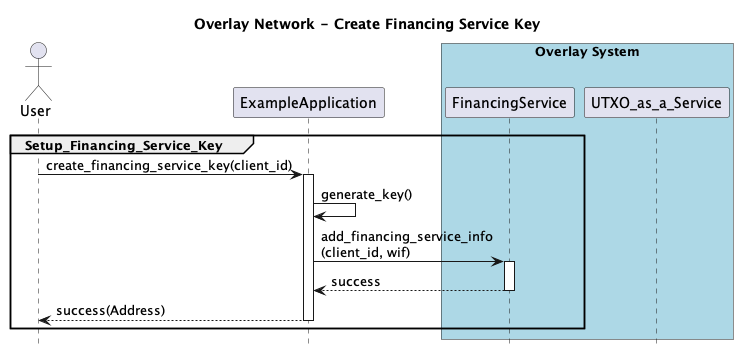
nchain-innovation/overlay-network keeps this PlantUML diagram as docs/diagrams/create_fs_key_sequence.png. Above is the earlier version.
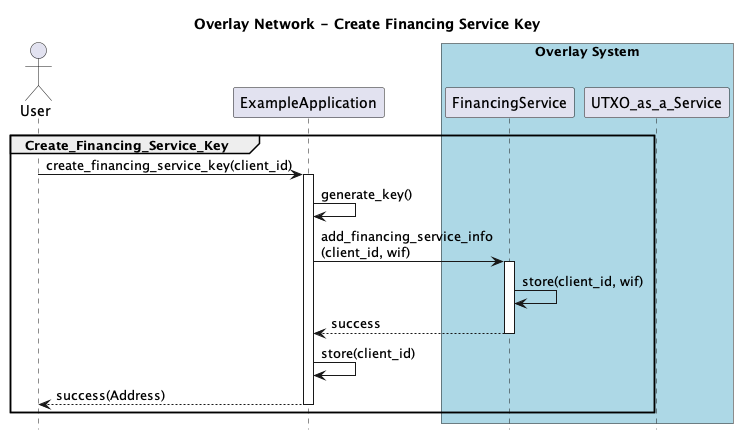
After the change.

What changed in the source:
```diff
@@ -13,15 +13,18 @@
 end box
 
 
-group Setup_Financing_Service_Key
+group Create_Financing_Service_Key
 
     U -> EA: create_financing_service_key(client_id)
     activate EA
     EA -> EA: generate_key()
     EA -> FS: add_financing_service_info\n(client_id, wif)
     activate FS
+    FS -> FS: store(client_id, wif)
     FS --> EA: success
     deactivate FS
+
+    EA -> EA: store(client_id)
     EA --> U: success(Address)
     deactivate EA
 
```
